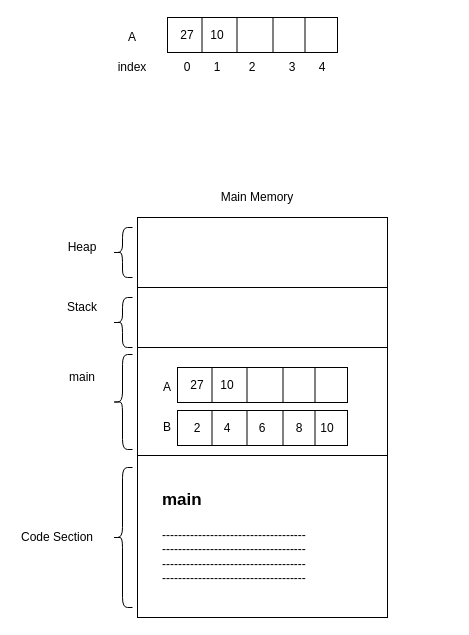
Before: 0 - c and c++ concepts/0 - arrays/1 - arrays.drawio in ridhuanhassan/ds-algo, a draw.io diagram. Source tidied: cells renumbered, new cells numbered last; positions are measured from the earlier drawing's top-left corner, leaving out a move shared by most shapes. Both pictures are drawn from the tidied source at 100%, with x=0, y=0 at pixel (17, 17).
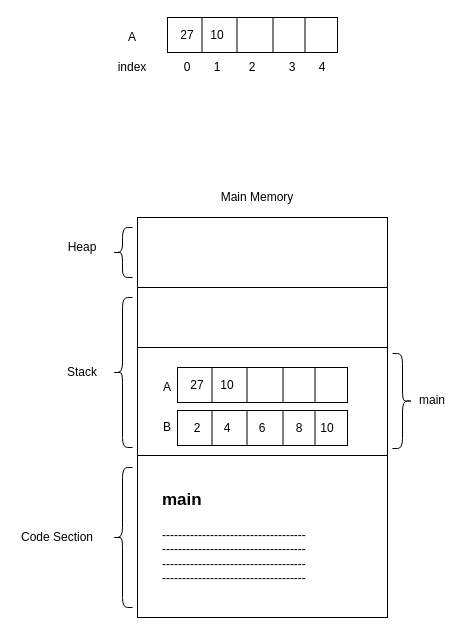
Above is the later version.

Commit message (it also covers changes not shown here):
update stack in the diagram

The edit, as a diff of the source:
```diff
@@
     <mxCell id="42" value="Stack" style="text;html=1;strokeColor=none;fillColor=none;align=center;verticalAlign=middle;whiteSpace=wrap;rounded=0;" parent="1" vertex="1">
-      <mxGeometry x="45" y="280" width="40" height="20" as="geometry" />
+      <mxGeometry x="45" y="345" width="40" height="20" as="geometry" />
     </mxCell>
     <mxCell id="43" value="main" style="text;html=1;strokeColor=none;fillColor=none;align=center;verticalAlign=middle;whiteSpace=wrap;rounded=0;" parent="1" vertex="1">
-      <mxGeometry x="45" y="350" width="40" height="20" as="geometry" />
+      <mxGeometry x="395" y="373" width="40" height="20" as="geometry" />
     </mxCell>
@@
     <mxCell id="46" style="shape=curlyBracket;whiteSpace=wrap;html=1;rounded=1;" parent="1" vertex="1">
-      <mxGeometry x="95" y="280" width="20" height="50" as="geometry" />
+      <mxGeometry x="95" y="280" width="20" height="150" as="geometry" />
     </mxCell>
-    <mxCell id="47" style="shape=curlyBracket;whiteSpace=wrap;html=1;rounded=1;" parent="1" vertex="1">
-      <mxGeometry x="95" y="337" width="20" height="95" as="geometry" />
+    <mxCell id="47" style="shape=curlyBracket;whiteSpace=wrap;html=1;rounded=1;direction=west;" parent="1" vertex="1">
+      <mxGeometry x="375" y="336" width="20" height="95" as="geometry" />
     </mxCell>
```
